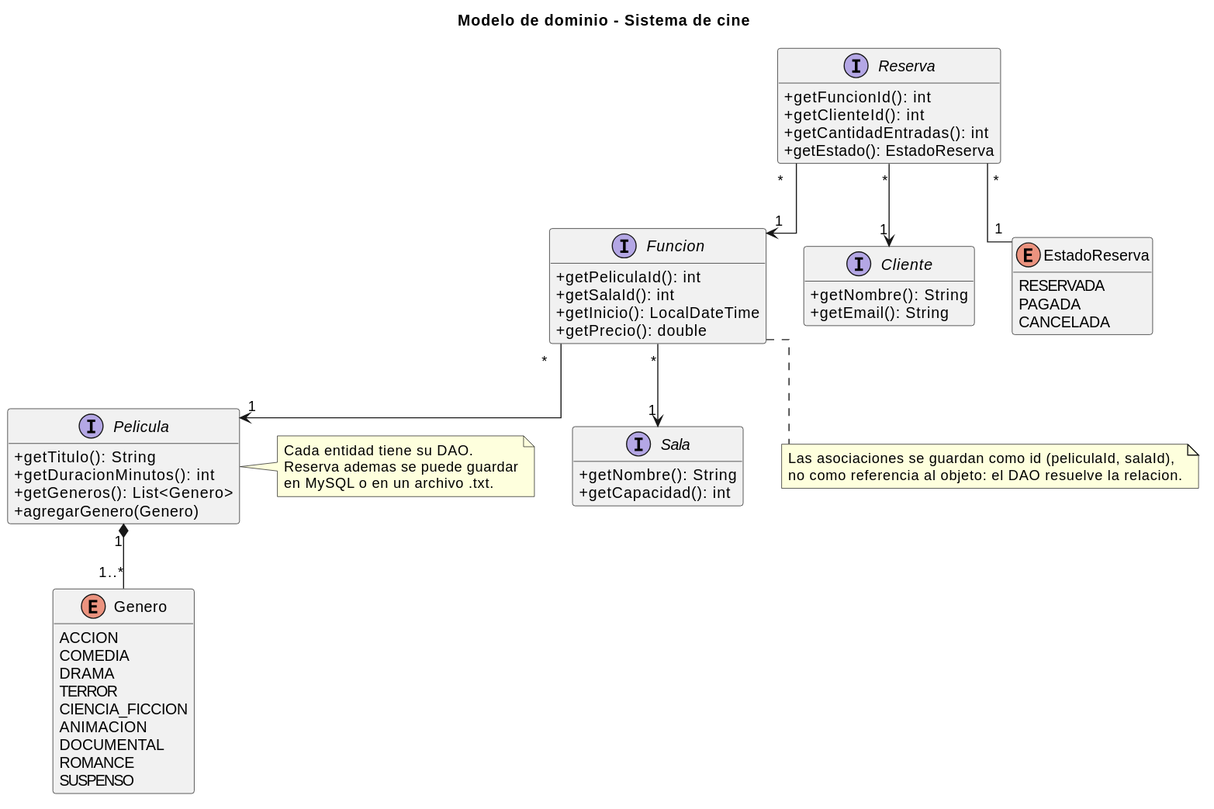
The PlantUML diagram cine-backend/docs/diagramas/clases-dominio.svg in andreiveisuade/cine-uade, before a commit.
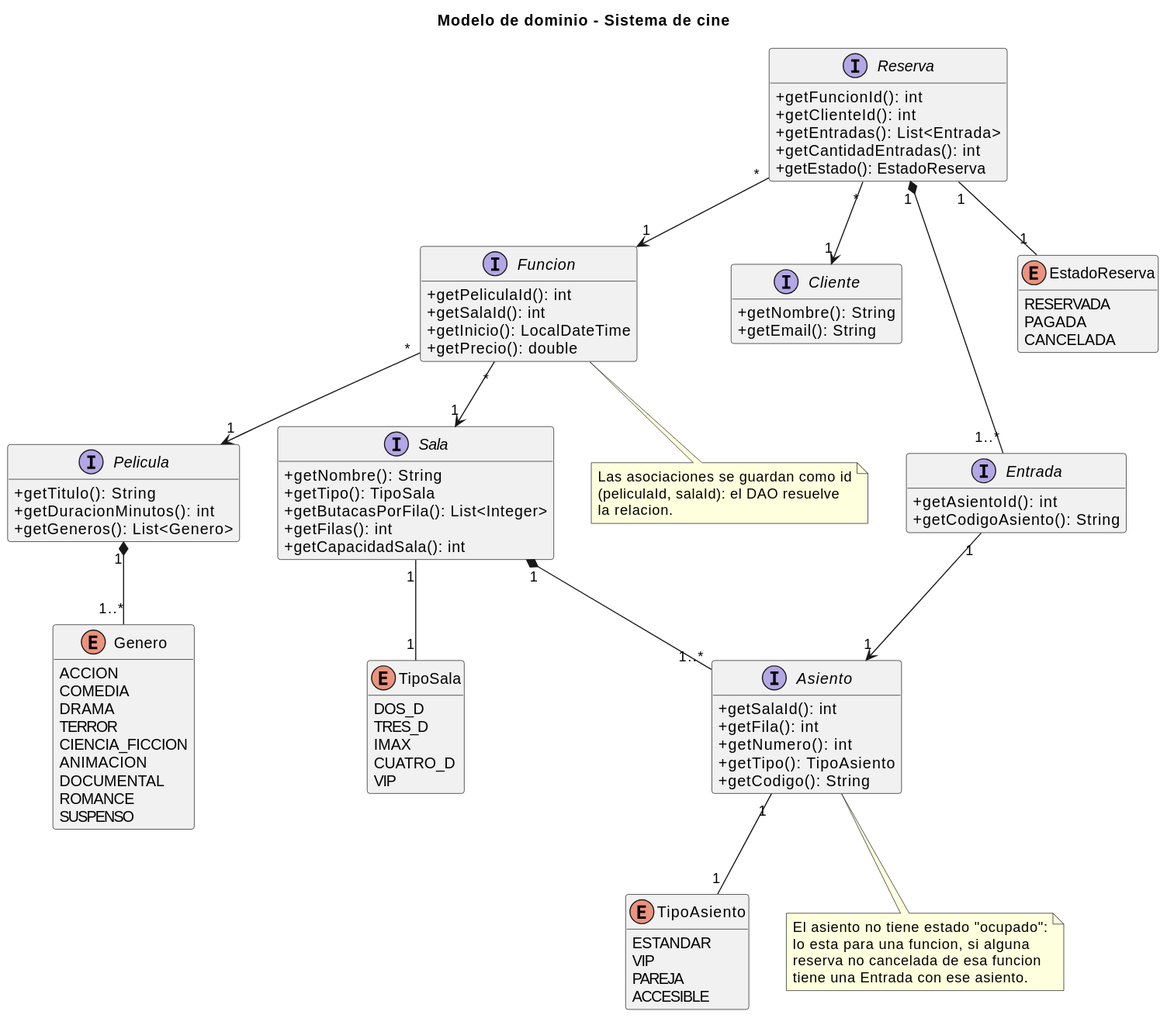
Later version of the same file.

Diff of the diagram source:
```diff
@@ -2,19 +2,28 @@
 title Modelo de dominio - Sistema de cine
 
 skinparam classAttributeIconSize 0
-skinparam linetype ortho
 hide empty members
 
 interface Pelicula {
   +getTitulo(): String
   +getDuracionMinutos(): int
   +getGeneros(): List<Genero>
-  +agregarGenero(Genero)
 }
 
 interface Sala {
   +getNombre(): String
-  +getCapacidad(): int
+  +getTipo(): TipoSala
+  +getButacasPorFila(): List<Integer>
+  +getFilas(): int
+  +getCapacidadSala(): int
+}
+
+interface Asiento {
+  +getSalaId(): int
+  +getFila(): int
+  +getNumero(): int
+  +getTipo(): TipoAsiento
+  +getCodigo(): String
 }
 
 interface Funcion {
@@ -32,8 +41,14 @@
 interface Reserva {
   +getFuncionId(): int
   +getClienteId(): int
+  +getEntradas(): List<Entrada>
   +getCantidadEntradas(): int
   +getEstado(): EstadoReserva
+}
+
+interface Entrada {
+  +getAsientoId(): int
+  +getCodigoAsiento(): String
 }
 
 enum Genero {
@@ -48,6 +63,21 @@
   SUSPENSO
 }
 
+enum TipoSala {
+  DOS_D
+  TRES_D
+  IMAX
+  CUATRO_D
+  VIP
+}
+
+enum TipoAsiento {
+  ESTANDAR
+  VIP
+  PAREJA
+  ACCESIBLE
+}
+
 enum EstadoReserva {
   RESERVADA
   PAGADA
@@ -55,21 +85,29 @@
 }
 
 Pelicula "1" *-- "1..*" Genero
-Reserva "*" -- "1" EstadoReserva
+Sala "1" -- "1" TipoSala
+Asiento "1" -- "1" TipoAsiento
+Reserva "1" -- "1" EstadoReserva
+
+Sala "1" *-- "1..*" Asiento
+Reserva "1" *-- "1..*" Entrada
+Entrada "1" --> "1" Asiento
 
 Funcion "*" --> "1" Pelicula
 Funcion "*" --> "1" Sala
 Reserva "*" --> "1" Funcion
 Reserva "*" --> "1" Cliente
 
-note bottom of Funcion
-  Las asociaciones se guardan como id (peliculaId, salaId),
-  no como referencia al objeto: el DAO resuelve la relacion.
+note bottom of Asiento
+  El asiento no tiene estado "ocupado":
+  lo esta para una funcion, si alguna
+  reserva no cancelada de esa funcion
+  tiene una Entrada con ese asiento.
 end note
 
-note right of Pelicula
-  Cada entidad tiene su DAO.
-  Reserva ademas se puede guardar
-  en MySQL o en un archivo .txt.
+note bottom of Funcion
+  Las asociaciones se guardan como id
+  (peliculaId, salaId): el DAO resuelve
+  la relacion.
 end note
 @enduml
```
